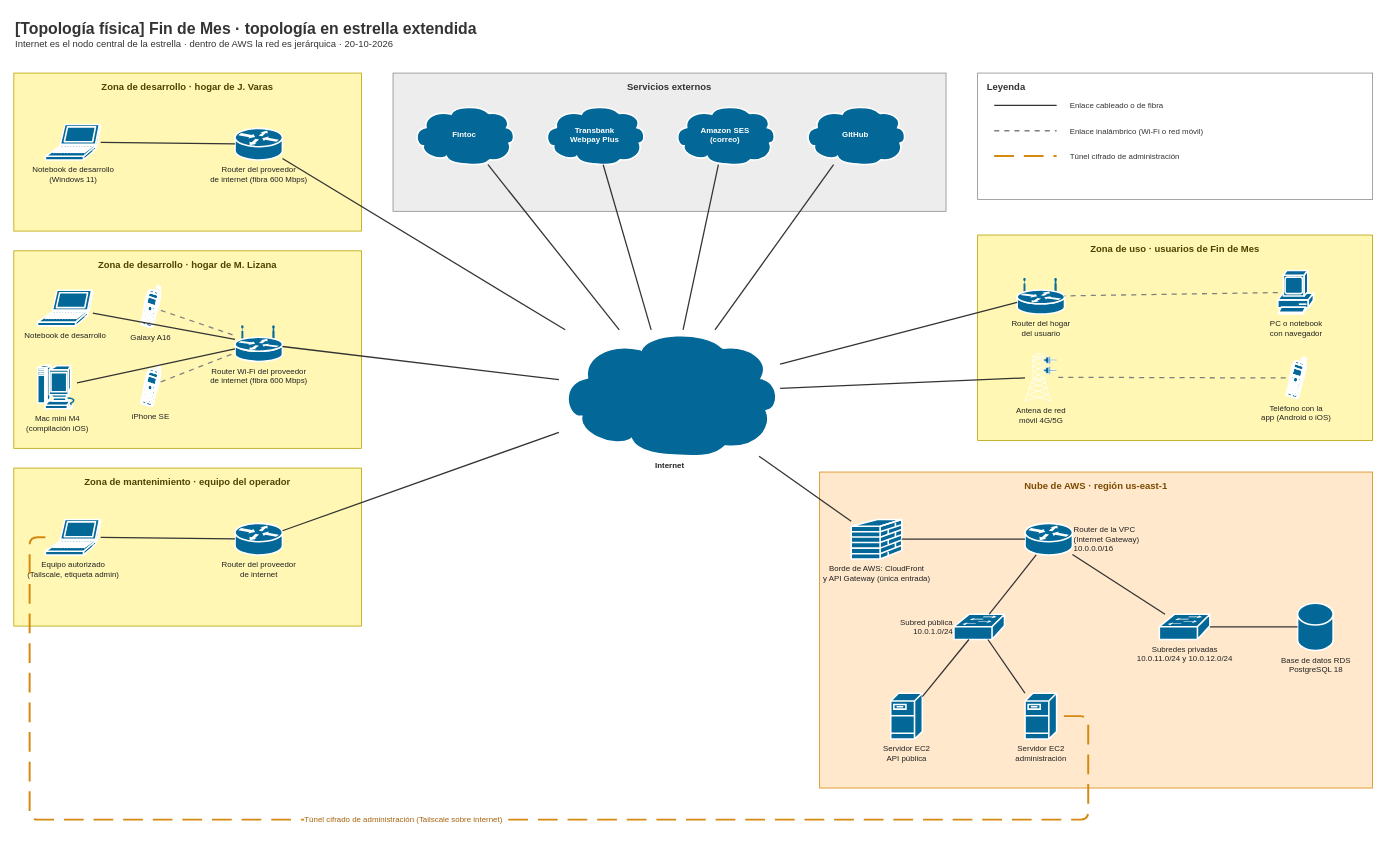
offlnr/findemes keeps this draw.io diagram as docs/diagrams/architecture/topologia-fisica.drawio. Above is the earlier version. Source tidied: cells renumbered, new cells numbered last; positions are measured from the earlier drawing's top-left corner, leaving out a move shared by most shapes. Both pictures are drawn from the tidied source at 79%, with x=0, y=0 at pixel (13, 13).
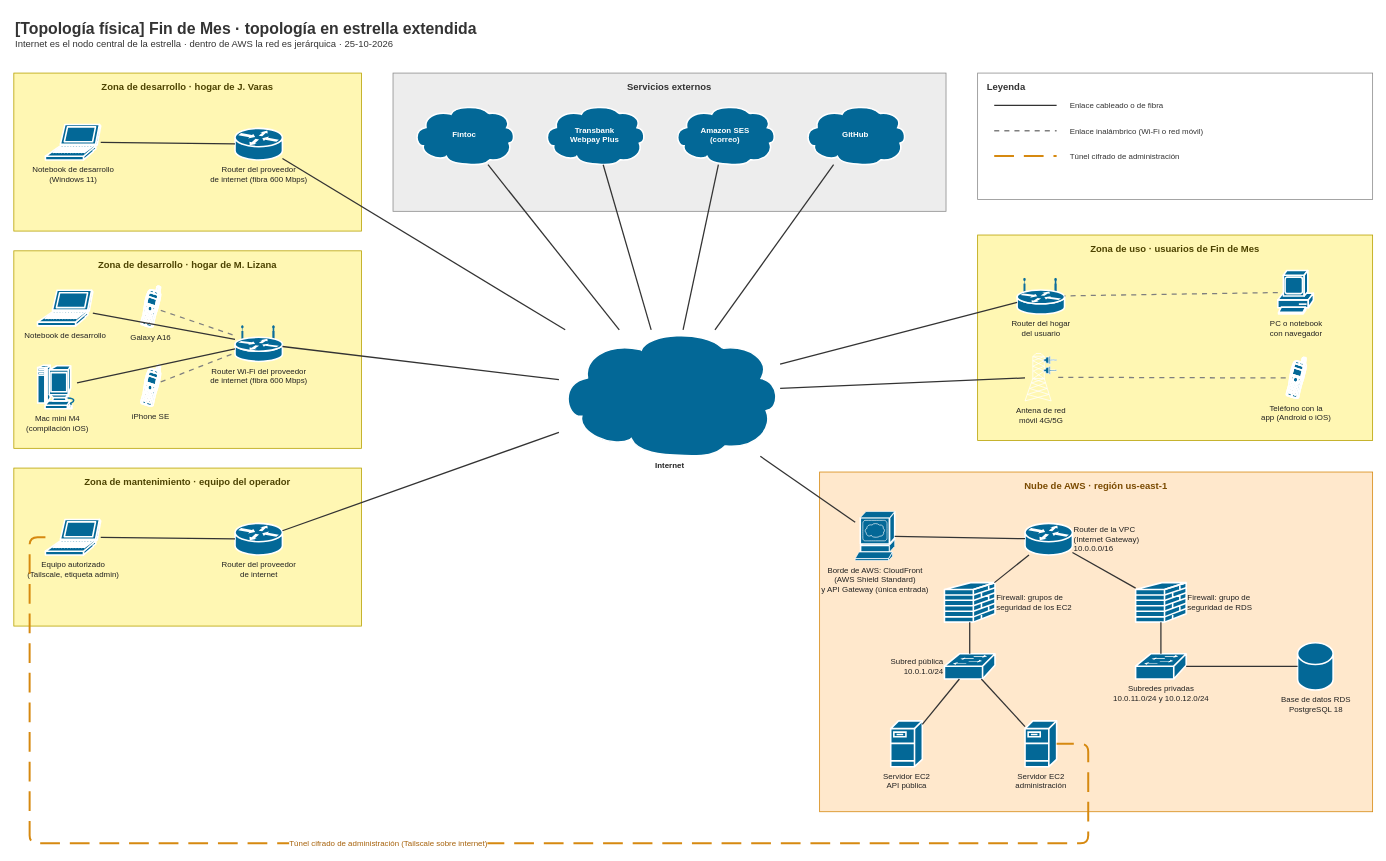
After the change.

The change refers to these unchanged cells:
```xml
<mxCell id="19" value="Equipo autorizado&lt;br&gt;(Tailscale, etiqueta admin)" style="html=1;dashed=0;fillColor=#036897;strokeColor=#ffffff;strokeWidth=2;verticalLabelPosition=bottom;verticalAlign=top;align=center;outlineConnect=0;fontSize=10;fontColor=#222222;shape=mxgraph.cisco.computers_and_peripherals.laptop;" parent="18" vertex="1">
  <mxGeometry x="40" y="65" width="70" height="45" as="geometry" />
</mxCell>
<mxCell id="28" value="Router de la VPC&lt;br&gt;(Internet Gateway)&lt;br&gt;10.0.0.0/16" style="html=1;dashed=0;fillColor=#036897;strokeColor=#ffffff;strokeWidth=2;verticalLabelPosition=bottom;verticalAlign=top;align=center;outlineConnect=0;fontSize=10;fontColor=#222222;shape=mxgraph.cisco.routers.router;labelPosition=right;verticalLabelPosition=middle;align=left;verticalAlign=middle;" parent="26" vertex="1">
  <mxGeometry x="260" y="65" width="60" height="40" as="geometry" />
</mxCell>
<mxCell id="59" value="&lt;b&gt;Leyenda&lt;/b&gt;" style="rounded=0;whiteSpace=wrap;html=1;fillColor=#FFFFFF;strokeColor=#8C8C8C;fontColor=#333333;align=left;verticalAlign=top;spacingTop=4;spacingLeft=10;fontSize=12;fontStyle=1;" parent="1" vertex="1">
  <mxGeometry x="1220" y="75" width="500" height="160" as="geometry" />
</mxCell>
<mxCell id="60" style="text;" parent="59" vertex="1">
  <mxGeometry x="20" y="40" width="1" height="2" as="geometry" />
</mxCell>
<mxCell id="61" style="text;" parent="59" vertex="1">
  <mxGeometry x="100" y="40" width="1" height="2" as="geometry" />
</mxCell>
<mxCell id="64" style="text;" parent="59" vertex="1">
  <mxGeometry x="20" y="72" width="1" height="2" as="geometry" />
</mxCell>
<mxCell id="65" style="text;" parent="59" vertex="1">
  <mxGeometry x="100" y="72" width="1" height="2" as="geometry" />
</mxCell>
<mxCell id="68" style="text;" parent="59" vertex="1">
  <mxGeometry x="20" y="104" width="1" height="2" as="geometry" />
</mxCell>
<mxCell id="69" style="text;" parent="59" vertex="1">
  <mxGeometry x="100" y="104" width="1" height="2" as="geometry" />
</mxCell>
```

Change to the diagram source:
```diff
@@
-    <mxCell id="2" value="&lt;span style=&quot;font-size:20px&quot;&gt;&lt;b&gt;[Topología física] Fin de Mes · topología en estrella extendida&lt;/b&gt;&lt;/span&gt;&lt;br&gt;&lt;span style=&quot;font-size:12px&quot;&gt;Internet es el nodo central de la estrella · dentro de AWS la red es jerárquica · 20-10-2026&lt;/span&gt;" style="text;html=1;whiteSpace=wrap;align=left;verticalAlign=top;fontColor=#333333;" parent="1" vertex="1">
+    <mxCell id="2" value="&lt;span style=&quot;font-size:20px&quot;&gt;&lt;b&gt;[Topología física] Fin de Mes · topología en estrella extendida&lt;/b&gt;&lt;/span&gt;&lt;br&gt;&lt;span style=&quot;font-size:12px&quot;&gt;Internet es el nodo central de la estrella · dentro de AWS la red es jerárquica · 25-10-2026&lt;/span&gt;" style="text;html=1;whiteSpace=wrap;align=left;verticalAlign=top;fontColor=#333333;" parent="1" vertex="1">
       <mxGeometry width="1600" height="60" as="geometry" />
     </mxCell>
@@
     <mxCell id="26" value="Nube de AWS · región us-east-1" style="rounded=0;whiteSpace=wrap;html=1;fillColor=#FFE8CC;strokeColor=#D68910;fontColor=#7A4A00;align=center;verticalAlign=top;spacingTop=4;fontSize=12;fontStyle=1;" parent="1" vertex="1">
-      <mxGeometry x="1020" y="580" width="700" height="400" as="geometry" />
+      <mxGeometry x="1020" y="580" width="700" height="430" as="geometry" />
     </mxCell>
-    <mxCell id="27" value="Borde de AWS: CloudFront&lt;br&gt;y API Gateway (única entrada)" style="html=1;dashed=0;fillColor=#036897;strokeColor=#ffffff;strokeWidth=2;verticalLabelPosition=bottom;verticalAlign=top;align=center;outlineConnect=0;fontSize=10;fontColor=#222222;shape=mxgraph.cisco.security.firewall;" parent="26" vertex="1">
-      <mxGeometry x="40" y="60" width="64" height="50" as="geometry" />
+    <mxCell id="27" value="Borde de AWS: CloudFront&lt;br&gt;(AWS Shield Standard)&lt;br&gt;y API Gateway (única entrada)" style="html=1;dashed=0;fillColor=#036897;strokeColor=#ffffff;strokeWidth=2;verticalLabelPosition=bottom;verticalAlign=top;align=center;outlineConnect=0;fontSize=10;fontColor=#222222;shape=mxgraph.cisco.servers.www_server;" parent="26" vertex="1">
+      <mxGeometry x="45" y="50" width="50" height="62" as="geometry" />
     </mxCell>
@@
+    <mxCell id="72" value="Firewall: grupos de&lt;br&gt;seguridad de los EC2" style="html=1;dashed=0;fillColor=#036897;strokeColor=#ffffff;strokeWidth=2;verticalLabelPosition=bottom;verticalAlign=top;align=center;outlineConnect=0;fontSize=10;fontColor=#222222;shape=mxgraph.cisco.security.firewall;labelPosition=right;verticalLabelPosition=middle;align=left;verticalAlign=middle;" parent="26" vertex="1">
+      <mxGeometry x="158" y="140" width="64" height="50" as="geometry" />
+    </mxCell>
+    <mxCell id="73" value="Firewall: grupo de&lt;br&gt;seguridad de RDS" style="html=1;dashed=0;fillColor=#036897;strokeColor=#ffffff;strokeWidth=2;verticalLabelPosition=bottom;verticalAlign=top;align=center;outlineConnect=0;fontSize=10;fontColor=#222222;shape=mxgraph.cisco.security.firewall;labelPosition=right;verticalLabelPosition=middle;align=left;verticalAlign=middle;" parent="26" vertex="1">
+      <mxGeometry x="400" y="140" width="64" height="50" as="geometry" />
+    </mxCell>
     <mxCell id="29" value="Subred pública&lt;br&gt;10.0.1.0/24" style="html=1;dashed=0;fillColor=#036897;strokeColor=#ffffff;strokeWidth=2;verticalLabelPosition=bottom;verticalAlign=top;align=center;outlineConnect=0;fontSize=10;fontColor=#222222;shape=mxgraph.cisco.switches.workgroup_switch;labelPosition=left;verticalLabelPosition=middle;align=right;verticalAlign=middle;" parent="26" vertex="1">
-      <mxGeometry x="170" y="180" width="64" height="32" as="geometry" />
+      <mxGeometry x="158" y="230" width="64" height="32" as="geometry" />
     </mxCell>
     <mxCell id="30" value="Servidor EC2&lt;br&gt;API pública" style="html=1;dashed=0;fillColor=#036897;strokeColor=#ffffff;strokeWidth=2;verticalLabelPosition=bottom;verticalAlign=top;align=center;outlineConnect=0;fontSize=10;fontColor=#222222;shape=mxgraph.cisco.servers.fileserver;" parent="26" vertex="1">
-      <mxGeometry x="90" y="280" width="40" height="58" as="geometry" />
+      <mxGeometry x="90" y="315" width="40" height="58" as="geometry" />
     </mxCell>
     <mxCell id="31" value="Servidor EC2&lt;br&gt;administración" style="html=1;dashed=0;fillColor=#036897;strokeColor=#ffffff;strokeWidth=2;verticalLabelPosition=bottom;verticalAlign=top;align=center;outlineConnect=0;fontSize=10;fontColor=#222222;shape=mxgraph.cisco.servers.fileserver;" parent="26" vertex="1">
-      <mxGeometry x="260" y="280" width="40" height="58" as="geometry" />
+      <mxGeometry x="260" y="315" width="40" height="58" as="geometry" />
     </mxCell>
     <mxCell id="32" value="Subredes privadas&lt;br&gt;10.0.11.0/24 y 10.0.12.0/24" style="html=1;dashed=0;fillColor=#036897;strokeColor=#ffffff;strokeWidth=2;verticalLabelPosition=bottom;verticalAlign=top;align=center;outlineConnect=0;fontSize=10;fontColor=#222222;shape=mxgraph.cisco.switches.workgroup_switch;" parent="26" vertex="1">
-      <mxGeometry x="430" y="180" width="64" height="32" as="geometry" />
+      <mxGeometry x="400" y="230" width="64" height="32" as="geometry" />
     </mxCell>
     <mxCell id="33" value="Base de datos RDS&lt;br&gt;PostgreSQL 18" style="html=1;dashed=0;fillColor=#036897;strokeColor=#ffffff;strokeWidth=2;verticalLabelPosition=bottom;verticalAlign=top;align=center;outlineConnect=0;fontSize=10;fontColor=#222222;shape=mxgraph.cisco.storage.relational_database;" parent="26" vertex="1">
-      <mxGeometry x="605" y="166" width="45" height="60" as="geometry" />
+      <mxGeometry x="605" y="216" width="45" height="60" as="geometry" />
     </mxCell>
@@
-    <mxCell id="53" style="endArrow=none;html=1;strokeColor=#333333;strokeWidth=1.6;rounded=0;" parent="26" edge="1" source="28" target="29">
+    <mxCell id="53" style="endArrow=none;html=1;strokeColor=#333333;strokeWidth=1.6;rounded=0;" parent="26" edge="1" source="28" target="72">
       <mxGeometry relative="1" as="geometry" />
     </mxCell>
-    <mxCell id="54" style="endArrow=none;html=1;strokeColor=#333333;strokeWidth=1.6;rounded=0;" parent="26" edge="1" source="28" target="32">
+    <mxCell id="54" style="endArrow=none;html=1;strokeColor=#333333;strokeWidth=1.6;rounded=0;" parent="26" edge="1" source="72" target="29">
       <mxGeometry relative="1" as="geometry" />
     </mxCell>
-    <mxCell id="55" style="endArrow=none;html=1;strokeColor=#333333;strokeWidth=1.6;rounded=0;" parent="26" edge="1" source="29" target="30">
+    <mxCell id="55" style="endArrow=none;html=1;strokeColor=#333333;strokeWidth=1.6;rounded=0;" parent="26" edge="1" source="28" target="73">
       <mxGeometry relative="1" as="geometry" />
     </mxCell>
-    <mxCell id="56" style="endArrow=none;html=1;strokeColor=#333333;strokeWidth=1.6;rounded=0;" parent="26" edge="1" source="29" target="31">
+    <mxCell id="56" style="endArrow=none;html=1;strokeColor=#333333;strokeWidth=1.6;rounded=0;" parent="26" edge="1" source="73" target="32">
       <mxGeometry relative="1" as="geometry" />
     </mxCell>
-    <mxCell id="57" style="endArrow=none;html=1;strokeColor=#333333;strokeWidth=1.6;rounded=0;" parent="26" edge="1" source="32" target="33">
+    <mxCell id="57" style="endArrow=none;html=1;strokeColor=#333333;strokeWidth=1.6;rounded=0;" parent="26" edge="1" source="29" target="30">
       <mxGeometry relative="1" as="geometry" />
     </mxCell>
-    <mxCell id="58" value="Túnel cifrado de administración (Tailscale sobre internet)" style="endArrow=none;html=1;strokeColor=#D68910;strokeWidth=2.5;dashed=1;dashPattern=10 5;rounded=1;edgeStyle=orthogonalEdgeStyle;fontSize=10;fontColor=#A6610A;labelBackgroundColor=#FFFFFF;exitX=0;exitY=0.5;exitDx=0;exitDy=0;entryX=1;entryY=0.5;entryDx=0;entryDy=0;" parent="1" edge="1" source="19" target="31">
-      <mxGeometry x="-0.1" relative="1" as="geometry">
-        <Array as="points">
-          <mxPoint x="20" y="662" />
-          <mxPoint x="20" y="1020" />
-          <mxPoint x="1360" y="1020" />
-          <mxPoint x="1360" y="889" />
-        </Array>
-      </mxGeometry>
+    <mxCell id="58" style="endArrow=none;html=1;strokeColor=#333333;strokeWidth=1.6;rounded=0;" parent="26" edge="1" source="29" target="31">
+      <mxGeometry relative="1" as="geometry" />
     </mxCell>
+    <mxCell id="62" style="endArrow=none;html=1;strokeColor=#333333;strokeWidth=1.6;rounded=0;" parent="26" edge="1" source="32" target="33">
+      <mxGeometry relative="1" as="geometry" />
+    </mxCell>
+    <mxCell id="66" value="Túnel cifrado de administración (Tailscale sobre internet)" style="endArrow=none;html=1;strokeColor=#D68910;strokeWidth=2.5;dashed=1;dashPattern=10 5;rounded=1;edgeStyle=orthogonalEdgeStyle;fontSize=10;fontColor=#A6610A;labelBackgroundColor=#FFFFFF;exitX=0;exitY=0.5;exitDx=0;exitDy=0;entryX=1;entryY=0.5;entryDx=0;entryDy=0;" parent="1" edge="1" source="19" target="31">
+      <mxGeometry x="-0.1" relative="1" as="geometry">
+        <Array as="points">
+          <mxPoint x="20" y="662" />
+          <mxPoint x="20" y="1050" />
+          <mxPoint x="1360" y="1050" />
+          <mxPoint x="1360" y="924" />
+        </Array>
+      </mxGeometry>
+    </mxCell>
@@
-    <mxCell id="62" style="endArrow=none;html=1;strokeColor=#333333;strokeWidth=1.6;rounded=0;" parent="59" edge="1" source="60" target="61">
-      <mxGeometry relative="1" as="geometry" />
-    </mxCell>
+    <mxCell id="70" style="endArrow=none;html=1;strokeColor=#333333;strokeWidth=1.6;rounded=0;" parent="59" edge="1" source="60" target="61">
+      <mxGeometry relative="1" as="geometry" />
+    </mxCell>
@@
-    <mxCell id="66" style="endArrow=none;html=1;strokeColor=#7F7F7F;strokeWidth=1.6;rounded=0;dashed=1;dashPattern=4 4;" parent="59" edge="1" source="64" target="65">
-      <mxGeometry relative="1" as="geometry" />
-    </mxCell>
+    <mxCell id="74" style="endArrow=none;html=1;strokeColor=#7F7F7F;strokeWidth=1.6;rounded=0;dashed=1;dashPattern=4 4;" parent="59" edge="1" source="64" target="65">
+      <mxGeometry relative="1" as="geometry" />
+    </mxCell>
@@
-    <mxCell id="70" style="endArrow=none;html=1;strokeColor=#D68910;strokeWidth=2.5;dashed=1;dashPattern=10 5;rounded=1;fontSize=10;fontColor=#A6610A;labelBackgroundColor=#FFFFFF;" parent="59" edge="1" source="68" target="69">
-      <mxGeometry relative="1" as="geometry" />
-    </mxCell>
+    <mxCell id="75" style="endArrow=none;html=1;strokeColor=#D68910;strokeWidth=2.5;dashed=1;dashPattern=10 5;rounded=1;fontSize=10;fontColor=#A6610A;labelBackgroundColor=#FFFFFF;" parent="59" edge="1" source="68" target="69">
+      <mxGeometry relative="1" as="geometry" />
+    </mxCell>
```
